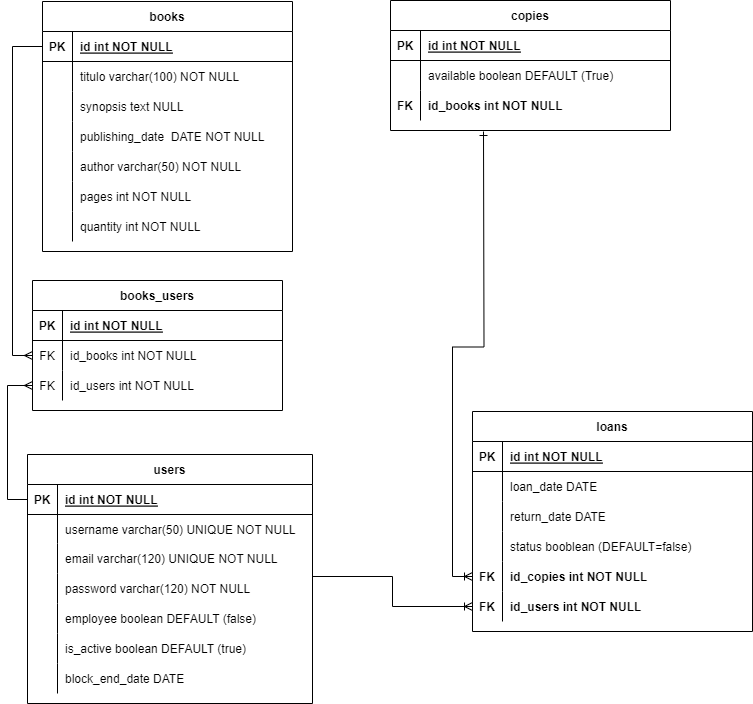
Above: DER_biblioteKA.drawio.png in projeto-BiblioteKA-g25/biblioteKA-bff (draw.io), before the change. Source tidied: cells renumbered, new cells last; positions are measured from the earlier drawing's top-left corner, leaving out a move shared by most shapes.
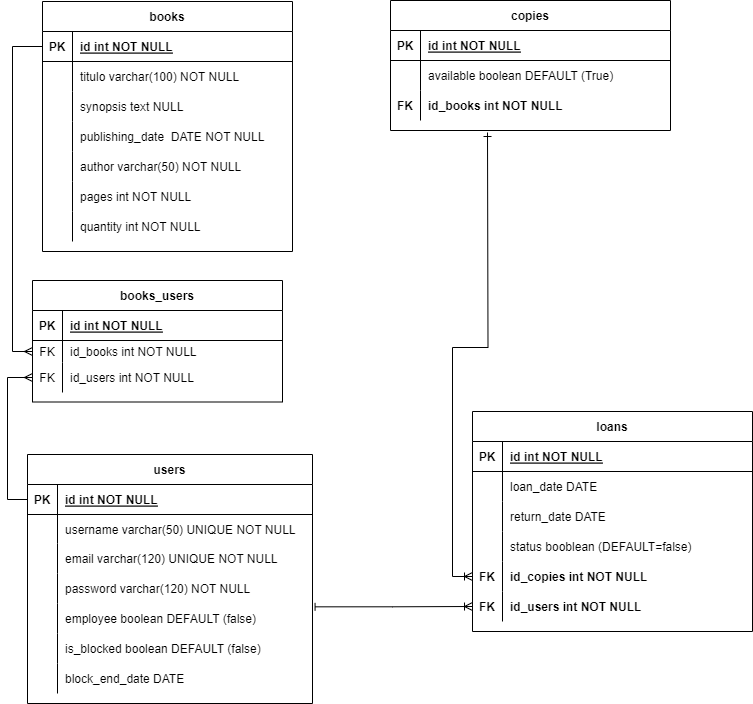
The same diagram one commit later.

Commit message:
fix: adjusted DER

Change to the diagram source:
```diff
@@ -2,12 +2,9 @@
   <root>
     <mxCell id="0" />
     <mxCell id="1" parent="0" />
-    <mxCell id="2" style="edgeStyle=entityRelationEdgeStyle;endArrow=ERoneToMany;startArrow=ERone;endFill=0;startFill=0;exitX=1;exitY=0.5;exitDx=0;exitDy=0;" parent="1" edge="1" source="38" target="x">
-      <mxGeometry relative="1" as="geometry" />
-    </mxCell>
     <mxCell id="3" style="edgeStyle=orthogonalEdgeStyle;rounded=0;jettySize=auto;html=1;startArrow=ERone;startFill=0;endArrow=ERoneToMany;endFill=0;entryX=0;entryY=0.5;entryDx=0;entryDy=0;" parent="1" edge="1" target="27">
       <mxGeometry relative="1" as="geometry">
-        <mxPoint x="456" y="131" as="sourcePoint" />
+        <mxPoint x="460" y="132" as="sourcePoint" />
       </mxGeometry>
     </mxCell>
     <mxCell id="4" value="copies" style="shape=table;startSize=30;rowLines=0;fontStyle=1;align=center;" parent="1" vertex="1">
@@ -223,7 +220,7 @@
     <mxCell id="74" style="shape=partialRectangle;overflow=hidden;fillColor=none;top=0;left=0;bottom=0;right=0;" parent="73" vertex="1">
       <mxGeometry width="30" height="30" as="geometry" />
     </mxCell>
-    <mxCell id="75" value="is_active boolean DEFAULT (true)" style="shape=partialRectangle;overflow=hidden;fillColor=none;top=0;left=0;bottom=0;right=0;align=left;spacingLeft=6;" parent="73" vertex="1">
+    <mxCell id="75" value="is_blocked boolean DEFAULT (false)" style="shape=partialRectangle;overflow=hidden;fillColor=none;top=0;left=0;bottom=0;right=0;align=left;spacingLeft=6;" parent="73" vertex="1">
       <mxGeometry x="30" width="255" height="30" as="geometry" />
     </mxCell>
     <mxCell id="76" style="shape=partialRectangle;fillColor=none;top=0;left=0;right=0;bottom=0;" parent="57" vertex="1">
@@ -236,7 +233,7 @@
       <mxGeometry x="30" width="255" height="30" as="geometry" />
     </mxCell>
     <mxCell id="79" value="books_users" style="shape=table;startSize=30;rowLines=0;fontStyle=1;align=center;" parent="1" vertex="1">
-      <mxGeometry x="5" y="280" width="250" height="130" as="geometry" />
+      <mxGeometry x="5" y="280" width="250" height="121.5" as="geometry" />
     </mxCell>
     <mxCell id="80" style="shape=partialRectangle;fillColor=none;top=0;left=0;right=0;bottom=1;" parent="79" vertex="1">
       <mxGeometry y="30" width="250" height="30" as="geometry" />
@@ -248,16 +245,16 @@
       <mxGeometry x="30" width="220" height="30" as="geometry" />
     </mxCell>
     <mxCell id="83" style="shape=partialRectangle;fillColor=none;points=[[0,0.5],[1,0.5]];portConstraint=eastwest;top=0;left=0;right=0;bottom=0;" parent="79" vertex="1">
-      <mxGeometry y="60" width="250" height="30" as="geometry" />
+      <mxGeometry y="60" width="250" height="22" as="geometry" />
     </mxCell>
     <mxCell id="84" value="FK" style="shape=partialRectangle;overflow=hidden;fillColor=none;top=0;left=0;bottom=0;right=0;" parent="83" vertex="1">
-      <mxGeometry width="30" height="30" as="geometry" />
+      <mxGeometry width="30" height="22" as="geometry" />
     </mxCell>
     <mxCell id="85" value="id_books int NOT NULL" style="shape=partialRectangle;overflow=hidden;fillColor=none;top=0;left=0;bottom=0;right=0;align=left;spacingLeft=6;" parent="83" vertex="1">
-      <mxGeometry x="30" width="220" height="30" as="geometry" />
+      <mxGeometry x="30" width="220" height="22" as="geometry" />
     </mxCell>
     <mxCell id="86" style="shape=partialRectangle;fillColor=none;points=[[0,0.5],[1,0.5]];portConstraint=eastwest;top=0;left=0;right=0;bottom=0;" parent="79" vertex="1">
-      <mxGeometry y="90" width="250" height="30" as="geometry" />
+      <mxGeometry y="82" width="250" height="30" as="geometry" />
     </mxCell>
     <mxCell id="87" value="FK" style="shape=partialRectangle;overflow=hidden;fillColor=none;top=0;left=0;bottom=0;right=0;" parent="86" vertex="1">
       <mxGeometry width="30" height="30" as="geometry" />
@@ -265,7 +262,7 @@
     <mxCell id="88" value="id_users int NOT NULL" style="shape=partialRectangle;overflow=hidden;fillColor=none;top=0;left=0;bottom=0;right=0;align=left;spacingLeft=6;" parent="86" vertex="1">
       <mxGeometry x="30" width="220" height="30" as="geometry" />
     </mxCell>
-    <mxCell id="89" style="edgeStyle=orthogonalEdgeStyle;rounded=0;jettySize=auto;html=1;entryX=0;entryY=0.5;entryDx=0;entryDy=0;startArrow=baseDash;startFill=0;endArrow=ERoneToMany;endFill=0;exitX=1;exitY=0.1;exitDx=0;exitDy=0;exitPerimeter=0;" parent="1" edge="1" source="67" target="30">
+    <mxCell id="89" style="edgeStyle=orthogonalEdgeStyle;rounded=0;jettySize=auto;html=1;entryX=0;entryY=0.5;entryDx=0;entryDy=0;startArrow=baseDash;startFill=0;endArrow=ERoneToMany;endFill=0;exitX=1.009;exitY=1.111;exitDx=0;exitDy=0;exitPerimeter=0;" parent="1" edge="1" source="67" target="30">
       <mxGeometry relative="1" as="geometry" />
     </mxCell>
   </root>
```
